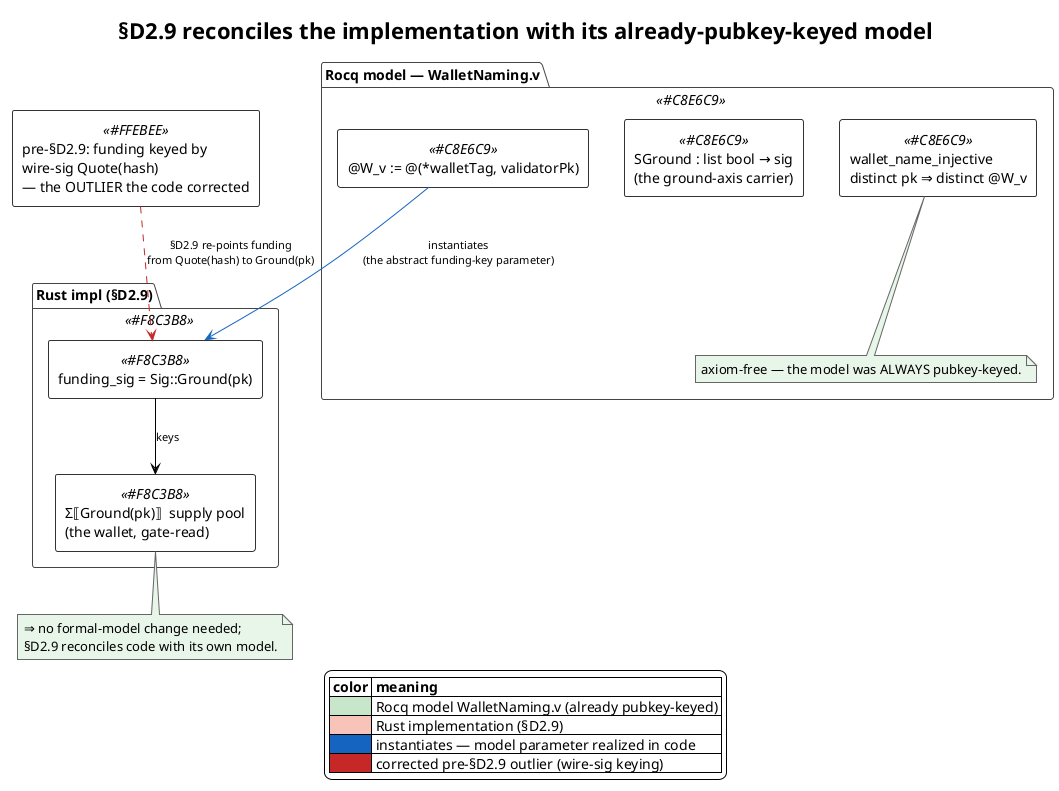
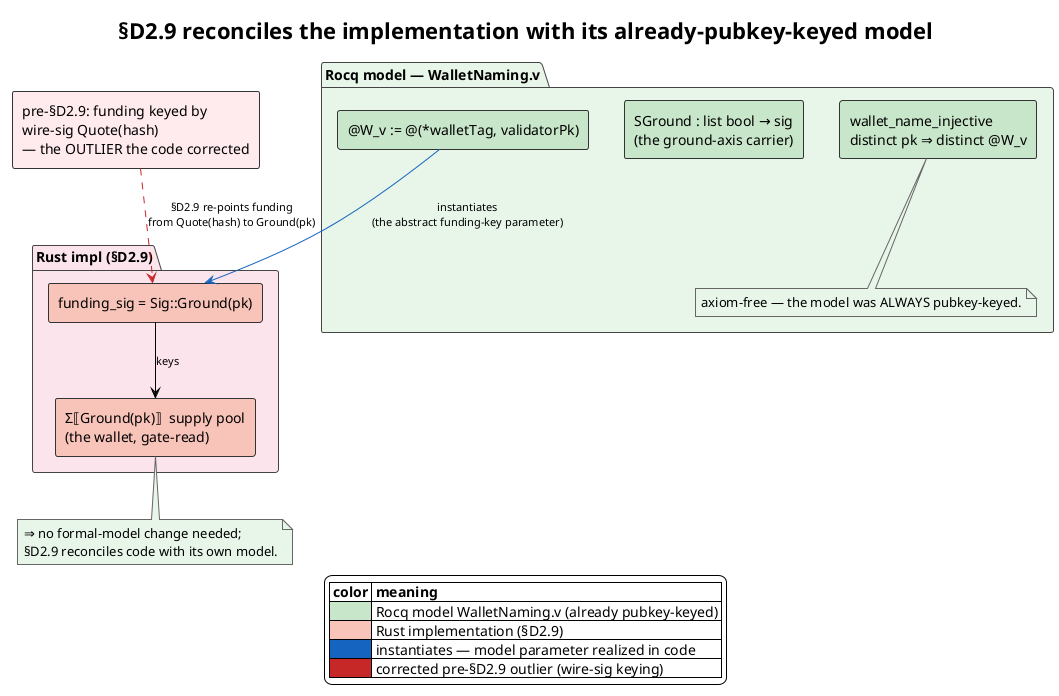
' §D2.9 reconciliation — the Rocq model WalletNaming.v was ALWAYS pubkey-keyed
' (@W_v := @(*walletTag, validatorPk); SGround : list bool → sig;
' wallet_name_injective, axiom-free). §D2.9 instantiates that abstract funding-key
' parameter in Rust with funding_sig = Sig::Ground(pk) keying Σ⟦Ground(pk)⟧. The
' pre-§D2.9 code keyed funding by the wire-sig Quote(hash) — the OUTLIER §D2.9
' corrected. No formal-model change was needed: §D2.9 reconciles the code with its
' own already-pubkey-keyed model.
'
' Source of truth: docs/theory/cost-accounting-impl/d2-9-funding-flow.md
'                  (DR-13 §D2.9; WalletNaming.v:9,39,202,237).
' Palette:  Rocq model=mint #C8E6C9 · Rust impl=salmon #F8C3B8
'   arrows: instantiation (model→code)=blue #1565C0 · corrected outlier=red-dashed #C62828
' Render:  plantuml -tsvg docs/theory/diagrams/d2-9-walletnaming-reconciliation.puml

@startuml d2-9-walletnaming-reconciliation
!theme plain
skinparam defaultFontName "sans-serif"
skinparam componentStyle rectangle
skinparam shadowing false
skinparam ArrowFontSize 11
skinparam package {
  BorderColor #444444
}
skinparam component {
  BorderColor #333333
}
skinparam NoteBackgroundColor #FFF8E1
skinparam NoteBorderColor     #666666
title §D2.9 reconciles the implementation with its already-pubkey-keyed model

- package "Rocq model — WalletNaming.v" <<#C8E6C9>> {
-   component "@W_v := @(*walletTag, validatorPk)" <<#C8E6C9>> as WV
-   component "SGround : list bool → sig\n(the ground-axis carrier)" <<#C8E6C9>> as SGROUND
-   component "wallet_name_injective\ndistinct pk ⇒ distinct @W_v" <<#C8E6C9>> as INJ
+ package "Rocq model — WalletNaming.v" #E8F5E9 {
+   component "@W_v := @(*walletTag, validatorPk)" as WV #C8E6C9
+   component "SGround : list bool → sig\n(the ground-axis carrier)" as SGROUND #C8E6C9
+   component "wallet_name_injective\ndistinct pk ⇒ distinct @W_v" as INJ #C8E6C9
  note bottom of INJ #E8F5E9
    axiom-free — the model was ALWAYS pubkey-keyed.
  end note
}

- package "Rust impl (§D2.9)" <<#F8C3B8>> {
-   component "funding_sig = Sig::Ground(pk)" <<#F8C3B8>> as FSIG
-   component "Σ⟦Ground(pk)⟧  supply pool\n(the wallet, gate-read)" <<#F8C3B8>> as POOL
+ package "Rust impl (§D2.9)" #FCE4EC {
+   component "funding_sig = Sig::Ground(pk)" as FSIG #F8C3B8
+   component "Σ⟦Ground(pk)⟧  supply pool\n(the wallet, gate-read)" as POOL #F8C3B8
  FSIG --> POOL : keys
}

' The model instantiates into the corrected Rust code.
WV -[#1565C0]-> FSIG : instantiates\n(the abstract funding-key parameter)

' The corrected pre-§D2.9 outlier.
- component "pre-§D2.9: funding keyed by\nwire-sig Quote(hash)\n— the OUTLIER the code corrected" <<#FFEBEE>> as OUTLIER
+ component "pre-§D2.9: funding keyed by\nwire-sig Quote(hash)\n— the OUTLIER the code corrected" as OUTLIER #FFEBEE
OUTLIER .[#C62828].> FSIG : §D2.9 re-points funding\nfrom Quote(hash) to Ground(pk)

note as CONCLUSION #E8F5E9
  ⇒ no formal-model change needed;
  §D2.9 reconciles code with its own model.
end note
POOL .. CONCLUSION

legend bottom
  |= color |= meaning |
  |<#C8E6C9>| Rocq model WalletNaming.v (already pubkey-keyed) |
  |<#F8C3B8>| Rust implementation (§D2.9) |
  |<#1565C0>| instantiates — model parameter realized in code |
  |<#C62828>| corrected pre-§D2.9 outlier (wire-sig keying) |
endlegend

@enduml
